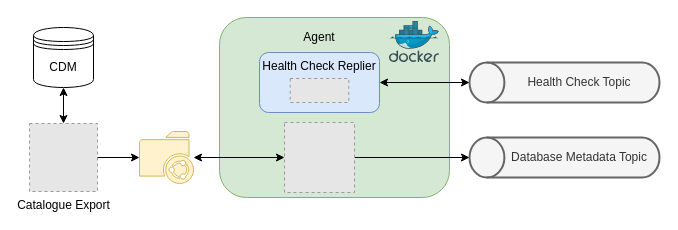
Before: figs/04-extraction-update/agent-architecture.drawio in aspedrosa/masters-thesis, a draw.io diagram. Source tidied: cells renumbered, new cells numbered last; positions are measured from the earlier drawing's top-left corner, leaving out a move shared by most shapes. Both pictures are drawn from the tidied source at 100%, with x=0, y=0 at pixel (29, 17). Pictures stored in the file or linked from it are replaced by grey dashed boxes.
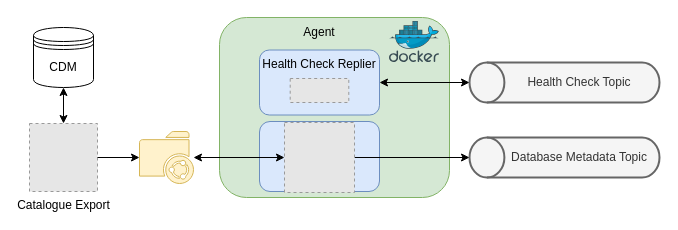
The same diagram, later.

The edit, as a diff of the source:
```diff
@@
 <mxGraphModel>
   <root>
     <mxCell id="0" />
     <mxCell id="1" parent="0" />
     <mxCell id="2" value="Health Check Topic" style="strokeWidth=2;html=1;shape=mxgraph.flowchart.direct_data;whiteSpace=wrap;direction=west;fillColor=#f5f5f5;strokeColor=#666666;fontColor=#333333;spacingLeft=30;" parent="1" vertex="1">
       <mxGeometry x="440" y="45" width="190" height="40" as="geometry" />
     </mxCell>
     <mxCell id="3" style="rounded=1;whiteSpace=wrap;html=1;fillColor=#d5e8d4;strokeColor=#82b366;" parent="1" vertex="1">
       <mxGeometry x="190" width="230" height="180" as="geometry" />
     </mxCell>
     <mxCell id="4" value="&lt;font style=&quot;font-size: 12px&quot;&gt;Health Check Replier&lt;/font&gt;" style="rounded=1;whiteSpace=wrap;html=1;fillColor=#dae8fc;strokeColor=#6c8ebf;verticalAlign=top;" parent="1" vertex="1">
-      <mxGeometry x="230" y="35" width="120" height="60" as="geometry" />
+      <mxGeometry x="230" y="32.5" width="120" height="65" as="geometry" />
     </mxCell>
     <mxCell id="5" value="Agent" style="text;html=1;strokeColor=none;fillColor=none;align=center;verticalAlign=middle;whiteSpace=wrap;rounded=0;" parent="1" vertex="1">
-      <mxGeometry x="260" y="5" width="60" height="30" as="geometry" />
+      <mxGeometry x="260" width="60" height="30" as="geometry" />
     </mxCell>
     <mxCell id="6" style="endArrow=classic;html=1;rounded=0;startArrow=classic;startFill=1;" parent="1" edge="1" source="4" target="2">
       <mxGeometry relative="1" as="geometry" />
     </mxCell>
     <mxCell id="7" value="Database Metadata Topic" style="strokeWidth=2;html=1;shape=mxgraph.flowchart.direct_data;whiteSpace=wrap;direction=west;fillColor=#f5f5f5;strokeColor=#666666;fontColor=#333333;spacingLeft=30;" parent="1" vertex="1">
       <mxGeometry x="440" y="120" width="190" height="40" as="geometry" />
     </mxCell>
+    <mxCell id="18" style="rounded=1;whiteSpace=wrap;html=1;fillColor=#dae8fc;strokeColor=#6c8ebf;verticalAlign=top;" parent="1" vertex="1">
+      <mxGeometry x="230" y="104" width="120" height="70" as="geometry" />
+    </mxCell>
     <mxCell id="8" style="endArrow=classic;html=1;rounded=0;startArrow=classic;startFill=1;" parent="1" edge="1" source="15" target="10">
       <mxGeometry relative="1" as="geometry" />
     </mxCell>
     <mxCell id="9" style="endArrow=classic;html=1;rounded=0;" parent="1" edge="1" source="15" target="7">
       <mxGeometry relative="1" as="geometry" />
     </mxCell>
     <mxCell id="10" style="sketch=0;shadow=0;dashed=0;html=1;strokeColor=#d6b656;fillColor=#fff2cc;labelPosition=center;verticalLabelPosition=bottom;verticalAlign=top;outlineConnect=0;align=center;shape=mxgraph.office.concepts.folder_shared;rounded=1;" parent="1" vertex="1">
       <mxGeometry x="110" y="114" width="54" height="52" as="geometry" />
     </mxCell>
     <mxCell id="11" value="Catalogue Export" style="fillColor=#E6E6E6;strokeColor=#999999;dashed=1;verticalAlign=top;verticalLabelPosition=bottom;labelBackgroundColor=none;html=1;" parent="1" vertex="1">
       <mxGeometry y="106" width="68" height="68" as="geometry" />
     </mxCell>
     <mxCell id="12" style="endArrow=none;html=1;rounded=0;startArrow=classic;startFill=1;endFill=0;" parent="1" edge="1" source="10" target="11">
       <mxGeometry relative="1" as="geometry" />
     </mxCell>
     <mxCell id="13" style="endArrow=classic;html=1;rounded=0;startArrow=classic;startFill=1;" parent="1" edge="1" source="11" target="14">
       <mxGeometry relative="1" as="geometry" />
     </mxCell>
     <mxCell id="14" value="CDM" style="shape=datastore;whiteSpace=wrap;html=1;rounded=1;" parent="1" vertex="1">
       <mxGeometry x="4" y="10" width="60" height="60" as="geometry" />
     </mxCell>
     <mxCell id="15" style="fillColor=#E6E6E6;strokeColor=#999999;dashed=1;verticalLabelPosition=bottom;verticalAlign=top;" parent="1" vertex="1">
       <mxGeometry x="255" y="105" width="70" height="70" as="geometry" />
     </mxCell>
     <mxCell id="16" style="fillColor=#E6E6E6;strokeColor=#999999;dashed=1;verticalLabelPosition=bottom;labelBackgroundColor=#ffffff;verticalAlign=top;" parent="1" vertex="1">
       <mxGeometry x="260.7" y="61" width="58.6" height="24" as="geometry" />
     </mxCell>
     <mxCell id="17" style="sketch=0;html=1;align=center;image;fontSize=12;image=img/lib/mscae/Docker.svg;" parent="1" vertex="1">
       <mxGeometry x="360" y="4" width="50" height="41" as="geometry" />
     </mxCell>
   </root>
 </mxGraphModel>
```
